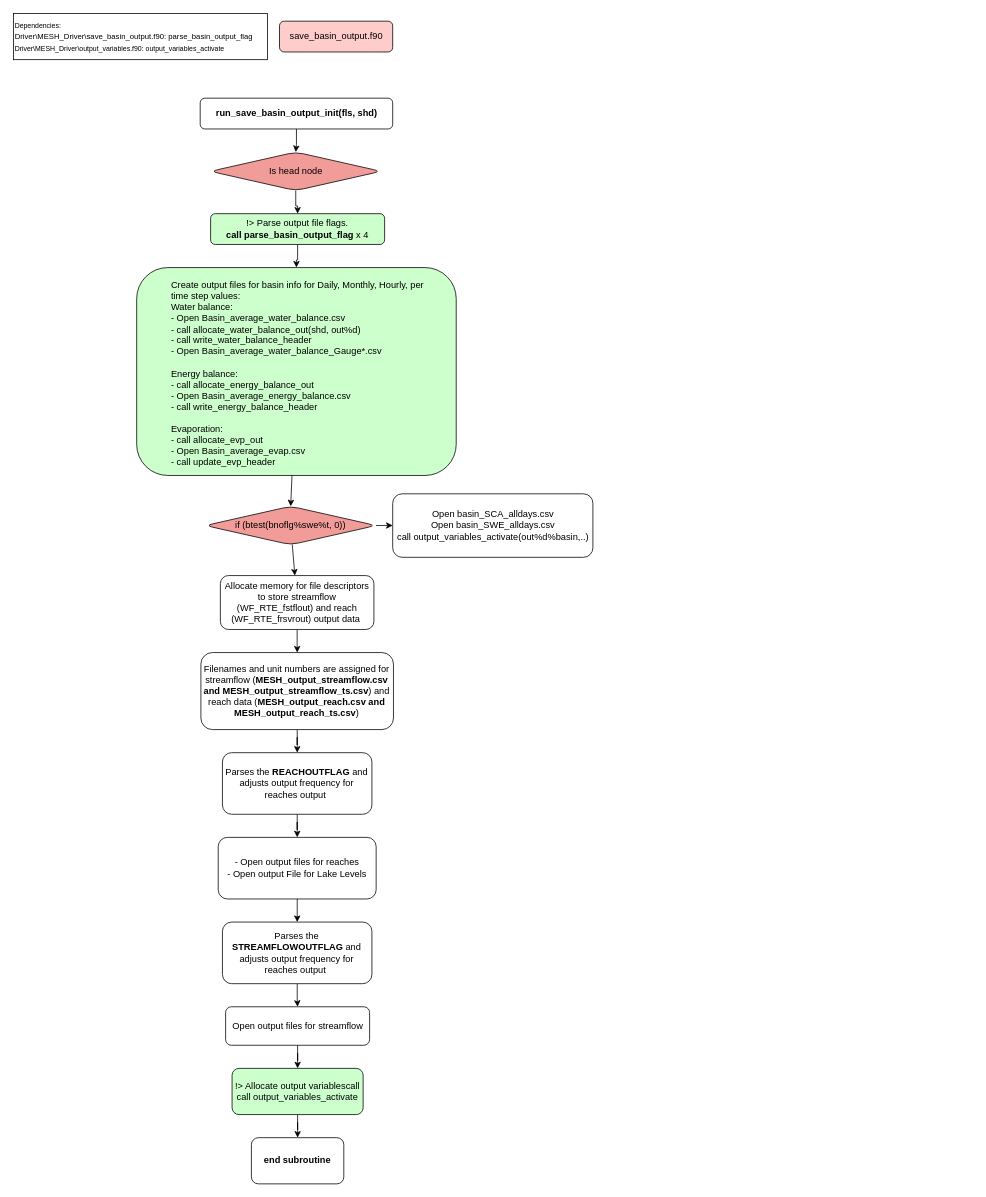
Before: save_basin_output.drawio in MeshMapping/r1860_ME_ZT-Mappings, a draw.io diagram. Source tidied: cells renumbered, new cells numbered last; positions are measured from the earlier drawing's top-left corner, leaving out a move shared by most shapes. Both pictures are drawn from the tidied source at 77%, with x=0, y=0 at pixel (13, 13).
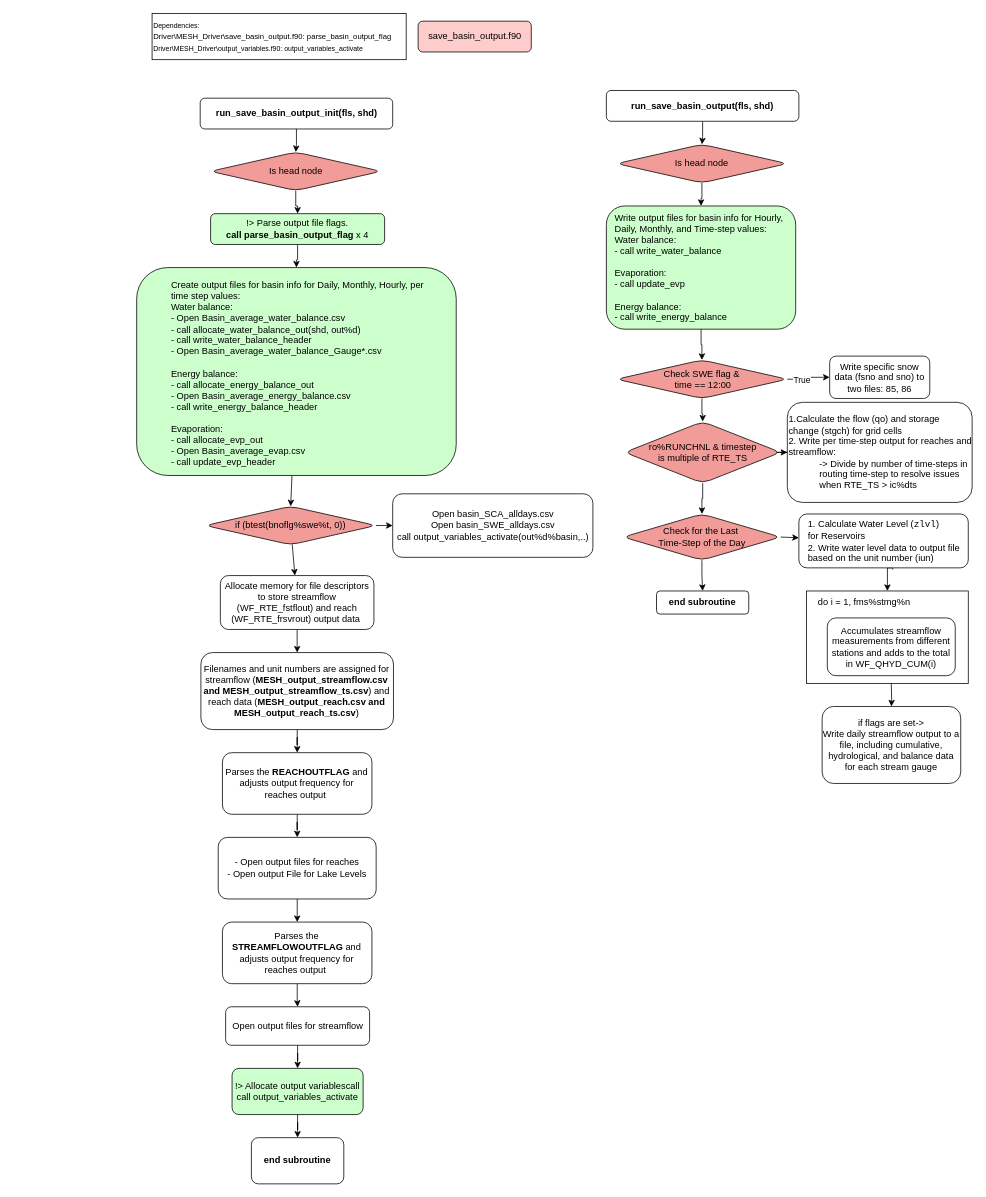
After the change.

Change to the diagram source:
```diff
@@
     <mxCell id="4" value="&lt;div&gt;&lt;font style=&quot;font-size: 9px;&quot;&gt;Dependencies:&lt;/font&gt;&lt;/div&gt;&lt;div&gt;&lt;font style=&quot;&quot;&gt;&lt;font size=&quot;1&quot;&gt;Driver\MESH_Driver\save_basin_output.f90: parse_basin_output_flag&lt;/font&gt;&lt;br&gt;&lt;/font&gt;&lt;/div&gt;&lt;div&gt;&lt;font style=&quot;font-size: 9px;&quot;&gt;Driver\MESH_Driver\output_variables.f90: output_variables_activate&lt;/font&gt;&lt;br&gt;&lt;/div&gt;" style="rounded=0;whiteSpace=wrap;html=1;align=left;" parent="1" vertex="1">
-      <mxGeometry width="330" height="60" as="geometry" />
+      <mxGeometry x="180" width="330" height="60" as="geometry" />
     </mxCell>
@@
     <mxCell id="32" value="save_basin_output.f90" style="rounded=1;whiteSpace=wrap;html=1;fillColor=#FFCCCC;" parent="1" vertex="1">
-      <mxGeometry x="345.5" y="10" width="147" height="40" as="geometry" />
+      <mxGeometry x="525.5" y="10" width="147" height="40" as="geometry" />
     </mxCell>
+    <mxCell id="33" style="edgeStyle=orthogonalEdgeStyle;rounded=0;jettySize=auto;html=1;exitX=0.5;exitY=1;exitDx=0;exitDy=0;" parent="1" edge="1" source="34" target="36">
+      <mxGeometry relative="1" as="geometry" />
+    </mxCell>
+    <mxCell id="34" value="run_save_basin_output(fls, shd)" style="rounded=1;whiteSpace=wrap;html=1;fontStyle=1;" parent="1" vertex="1">
+      <mxGeometry x="770" y="100" width="250" height="40" as="geometry" />
+    </mxCell>
+    <mxCell id="35" style="edgeStyle=orthogonalEdgeStyle;rounded=0;jettySize=auto;html=1;entryX=0.5;entryY=0;entryDx=0;entryDy=0;" parent="1" edge="1" source="36" target="38">
+      <mxGeometry relative="1" as="geometry" />
+    </mxCell>
+    <mxCell id="36" value="&lt;span style=&quot;font-weight: normal;&quot;&gt;Is head node&lt;/span&gt;" style="rhombus;whiteSpace=wrap;html=1;rounded=1;fontStyle=1;fillColor=#F19C99;" parent="1" vertex="1">
+      <mxGeometry x="783.2" y="170" width="221.8" height="50" as="geometry" />
+    </mxCell>
+    <mxCell id="37" style="group;fillColor=#FFFFFF;" parent="1" vertex="1">
+      <mxGeometry x="770" y="250" width="245.9" height="160" as="geometry" />
+    </mxCell>
+    <mxCell id="38" value="&lt;div&gt;&lt;br&gt;&lt;/div&gt;" style="rounded=1;whiteSpace=wrap;html=1;fontStyle=1;fillColor=#CCFFCC;" parent="37" vertex="1">
+      <mxGeometry width="245.9" height="160" as="geometry" />
+    </mxCell>
+    <mxCell id="39" value="&lt;div&gt;Write output files for basin info for&amp;nbsp;&lt;span style=&quot;background-color: initial;&quot;&gt;Hourly,&amp;nbsp;&lt;/span&gt;&lt;/div&gt;&lt;div&gt;&lt;span style=&quot;background-color: initial;&quot;&gt;Daily, Monthly, and Time-step values:&lt;/span&gt;&lt;/div&gt;&lt;div&gt;Water balance:&lt;/div&gt;&lt;div&gt;- call write_water_balance&lt;/div&gt;&lt;div&gt;&lt;br&gt;&lt;/div&gt;&lt;div&gt;&lt;div&gt;Evaporation:&lt;/div&gt;&lt;div&gt;- call&amp;nbsp;update_evp&lt;/div&gt;&lt;/div&gt;&lt;div&gt;&lt;br&gt;&lt;/div&gt;&lt;div&gt;Energy balance:&lt;/div&gt;&lt;div&gt;-&amp;nbsp;&lt;span style=&quot;background-color: initial;&quot;&gt;call write_energy_balance&lt;/span&gt;&lt;/div&gt;" style="text;html=1;align=left;verticalAlign=middle;whiteSpace=wrap;rounded=0;" parent="37" vertex="1">
+      <mxGeometry x="8.8" y="9.4" width="228.3" height="141.2" as="geometry" />
+    </mxCell>
+    <mxCell id="40" style="edgeStyle=orthogonalEdgeStyle;rounded=0;jettySize=auto;html=1;" parent="1" edge="1" source="43" target="45">
+      <mxGeometry relative="1" as="geometry" />
+    </mxCell>
+    <mxCell id="41" value="True" style="edgeLabel;html=1;align=center;verticalAlign=middle;" parent="40" vertex="1">
+      <mxGeometry x="-0.38" relative="1" as="geometry" />
+    </mxCell>
+    <mxCell id="42" style="edgeStyle=orthogonalEdgeStyle;rounded=0;jettySize=auto;html=1;entryX=0.5;entryY=0;entryDx=0;entryDy=0;" parent="1" edge="1" source="43" target="48">
+      <mxGeometry relative="1" as="geometry" />
+    </mxCell>
+    <mxCell id="43" value="&lt;span style=&quot;font-weight: normal;&quot;&gt;Check SWE flag &amp;amp;&lt;/span&gt;&lt;div&gt;&lt;span style=&quot;font-weight: normal;&quot;&gt;&amp;nbsp;time == 12:00&lt;/span&gt;&lt;/div&gt;" style="rhombus;whiteSpace=wrap;html=1;rounded=1;fontStyle=1;fillColor=#F19C99;" parent="1" vertex="1">
+      <mxGeometry x="783.2" y="450" width="221.8" height="50" as="geometry" />
+    </mxCell>
+    <mxCell id="44" style="edgeStyle=orthogonalEdgeStyle;rounded=0;jettySize=auto;html=1;entryX=0.5;entryY=0;entryDx=0;entryDy=0;" parent="1" edge="1" source="38" target="43">
+      <mxGeometry relative="1" as="geometry" />
+    </mxCell>
+    <mxCell id="45" value="&lt;span style=&quot;font-weight: normal;&quot;&gt;Write specific snow data (fsno and sno) to two files: 85, 86&lt;/span&gt;" style="whiteSpace=wrap;html=1;fillColor=#FFFFFF;rounded=1;fontStyle=1;" parent="1" vertex="1">
+      <mxGeometry x="1060" y="445" width="130" height="55" as="geometry" />
+    </mxCell>
+    <mxCell id="46" style="edgeStyle=orthogonalEdgeStyle;rounded=0;jettySize=auto;html=1;" parent="1" edge="1" source="48" target="49">
+      <mxGeometry relative="1" as="geometry" />
+    </mxCell>
+    <mxCell id="47" style="edgeStyle=orthogonalEdgeStyle;rounded=0;jettySize=auto;html=1;" parent="1" edge="1" source="48" target="52">
+      <mxGeometry relative="1" as="geometry" />
+    </mxCell>
+    <mxCell id="48" value="&lt;span style=&quot;font-weight: 400;&quot;&gt;ro%RUNCHNL &amp;amp;&amp;nbsp;&lt;/span&gt;&lt;span style=&quot;background-color: initial; font-weight: 400;&quot;&gt;timestep&lt;/span&gt;&lt;div&gt;&lt;span style=&quot;background-color: initial; font-weight: 400;&quot;&gt;&amp;nbsp;is multiple of&amp;nbsp;&lt;/span&gt;&lt;span style=&quot;background-color: initial; font-weight: 400;&quot;&gt;RTE_TS&lt;/span&gt;&lt;span style=&quot;background-color: initial; font-weight: 400;&quot;&gt;&amp;nbsp;&lt;/span&gt;&lt;/div&gt;" style="rhombus;whiteSpace=wrap;html=1;rounded=1;fontStyle=1;fillColor=#F19C99;" parent="1" vertex="1">
+      <mxGeometry x="793.8" y="530" width="202.5" height="80" as="geometry" />
+    </mxCell>
+    <mxCell id="49" value="&lt;span style=&quot;font-weight: normal;&quot;&gt;1.Calculate the flow (qo) and storage change (stgch) for grid cells&lt;/span&gt;&lt;div&gt;&lt;span style=&quot;font-weight: normal;&quot;&gt;2. &lt;/span&gt;&lt;span style=&quot;font-weight: 400;&quot;&gt;Write per time-step output for reaches and streamflow:&lt;/span&gt;&lt;br&gt;&lt;/div&gt;&lt;blockquote style=&quot;margin: 0 0 0 40px; border: none; padding: 0px;&quot;&gt;&lt;div&gt;&lt;span style=&quot;background-color: initial; font-weight: 400;&quot;&gt;-&amp;gt; Divide by number of time-steps in routing time-step to resolve issues when RTE_TS &amp;gt; ic%dts&lt;/span&gt;&lt;/div&gt;&lt;/blockquote&gt;" style="whiteSpace=wrap;html=1;fillColor=#FFFFFF;rounded=1;fontStyle=1;align=left;" parent="1" vertex="1">
+      <mxGeometry x="1005" y="505" width="240" height="130" as="geometry" />
+    </mxCell>
+    <mxCell id="50" style="edgeStyle=orthogonalEdgeStyle;rounded=0;jettySize=auto;html=1;entryX=0.5;entryY=0;entryDx=0;entryDy=0;exitX=0.533;exitY=1.029;exitDx=0;exitDy=0;exitPerimeter=0;" parent="1" edge="1" source="55" target="58">
+      <mxGeometry relative="1" as="geometry">
+        <Array as="points">
+          <mxPoint x="1142" y="720" />
+          <mxPoint x="1135" y="720" />
+        </Array>
+      </mxGeometry>
+    </mxCell>
+    <mxCell id="51" style="edgeStyle=orthogonalEdgeStyle;rounded=0;jettySize=auto;html=1;entryX=0.5;entryY=0;entryDx=0;entryDy=0;" parent="1" edge="1" source="52" target="63">
+      <mxGeometry relative="1" as="geometry" />
+    </mxCell>
+    <mxCell id="52" value="&lt;span style=&quot;font-weight: 400;&quot;&gt;Check for the Last&amp;nbsp;&lt;/span&gt;&lt;div&gt;&lt;span style=&quot;font-weight: 400;&quot;&gt;Time-Step of the Day&lt;/span&gt;&lt;/div&gt;" style="rhombus;whiteSpace=wrap;html=1;rounded=1;fontStyle=1;fillColor=#F19C99;" parent="1" vertex="1">
+      <mxGeometry x="791.8" y="650" width="204.5" height="60" as="geometry" />
+    </mxCell>
+    <mxCell id="53" style="group;" parent="1" vertex="1">
+      <mxGeometry x="1020" y="650" width="220" height="75" as="geometry" />
+    </mxCell>
+    <mxCell id="54" style="whiteSpace=wrap;html=1;fillColor=#FFFFFF;rounded=1;fontStyle=1;" parent="53" vertex="1">
+      <mxGeometry width="220" height="70" as="geometry" />
+    </mxCell>
+    <mxCell id="55" value="1. Calculate Water Level (&lt;code&gt;zlvl&lt;/code&gt;) for&amp;nbsp;Reservoirs&lt;div&gt;2. Write water level data to output file based on the unit number (iun)&lt;/div&gt;" style="text;whiteSpace=wrap;html=1;" parent="53" vertex="1">
+      <mxGeometry x="10" width="210" height="70" as="geometry" />
+    </mxCell>
+    <mxCell id="56" style="rounded=0;jettySize=auto;html=1;exitX=1;exitY=0.5;exitDx=0;exitDy=0;" parent="1" edge="1" source="52" target="54">
+      <mxGeometry relative="1" as="geometry" />
+    </mxCell>
+    <mxCell id="57" style="group;" parent="1" vertex="1">
+      <mxGeometry x="1030" y="750" width="210" height="120" as="geometry" />
+    </mxCell>
+    <mxCell id="58" style="rounded=0;whiteSpace=wrap;html=1;" parent="57" vertex="1">
+      <mxGeometry width="210" height="120" as="geometry" />
+    </mxCell>
+    <mxCell id="59" value="&lt;span style=&quot;font-weight: normal;&quot;&gt;Accumulates&amp;nbsp;streamflow measurements from different stations and adds to the total in&amp;nbsp;&lt;/span&gt;&lt;span style=&quot;font-weight: 400;&quot;&gt;WF_QHYD_CUM(i)&lt;/span&gt;" style="whiteSpace=wrap;html=1;fillColor=#FFFFFF;rounded=1;fontStyle=1;" parent="57" vertex="1">
+      <mxGeometry x="26.9" y="35" width="166.2" height="75" as="geometry" />
+    </mxCell>
+    <mxCell id="60" value="do i = 1, fms%stmg%n" style="text;html=1;align=center;verticalAlign=middle;whiteSpace=wrap;rounded=0;" parent="57" vertex="1">
+      <mxGeometry x="10" y="10" width="130" height="10" as="geometry" />
+    </mxCell>
+    <mxCell id="61" value="&lt;span style=&quot;font-weight: normal;&quot;&gt;if flags are set-&amp;gt;&lt;/span&gt;&lt;div&gt;&lt;span style=&quot;font-weight: normal;&quot;&gt;Write daily streamflow output to a file, including cumulative, hydrological, and balance data for each stream gauge&lt;/span&gt;&lt;/div&gt;" style="whiteSpace=wrap;html=1;fillColor=#FFFFFF;rounded=1;fontStyle=1;" parent="1" vertex="1">
+      <mxGeometry x="1050.2" y="900" width="180" height="100" as="geometry" />
+    </mxCell>
+    <mxCell id="62" style="edgeStyle=orthogonalEdgeStyle;rounded=0;jettySize=auto;html=1;" parent="1" edge="1" target="61">
+      <mxGeometry relative="1" as="geometry">
+        <mxPoint x="1140" y="870" as="sourcePoint" />
+      </mxGeometry>
+    </mxCell>
+    <mxCell id="63" value="end subroutine" style="whiteSpace=wrap;html=1;fillColor=#FFFFFF;rounded=1;fontStyle=1;" parent="1" vertex="1">
+      <mxGeometry x="835.1" y="750" width="119.8" height="30" as="geometry" />
+    </mxCell>
```
